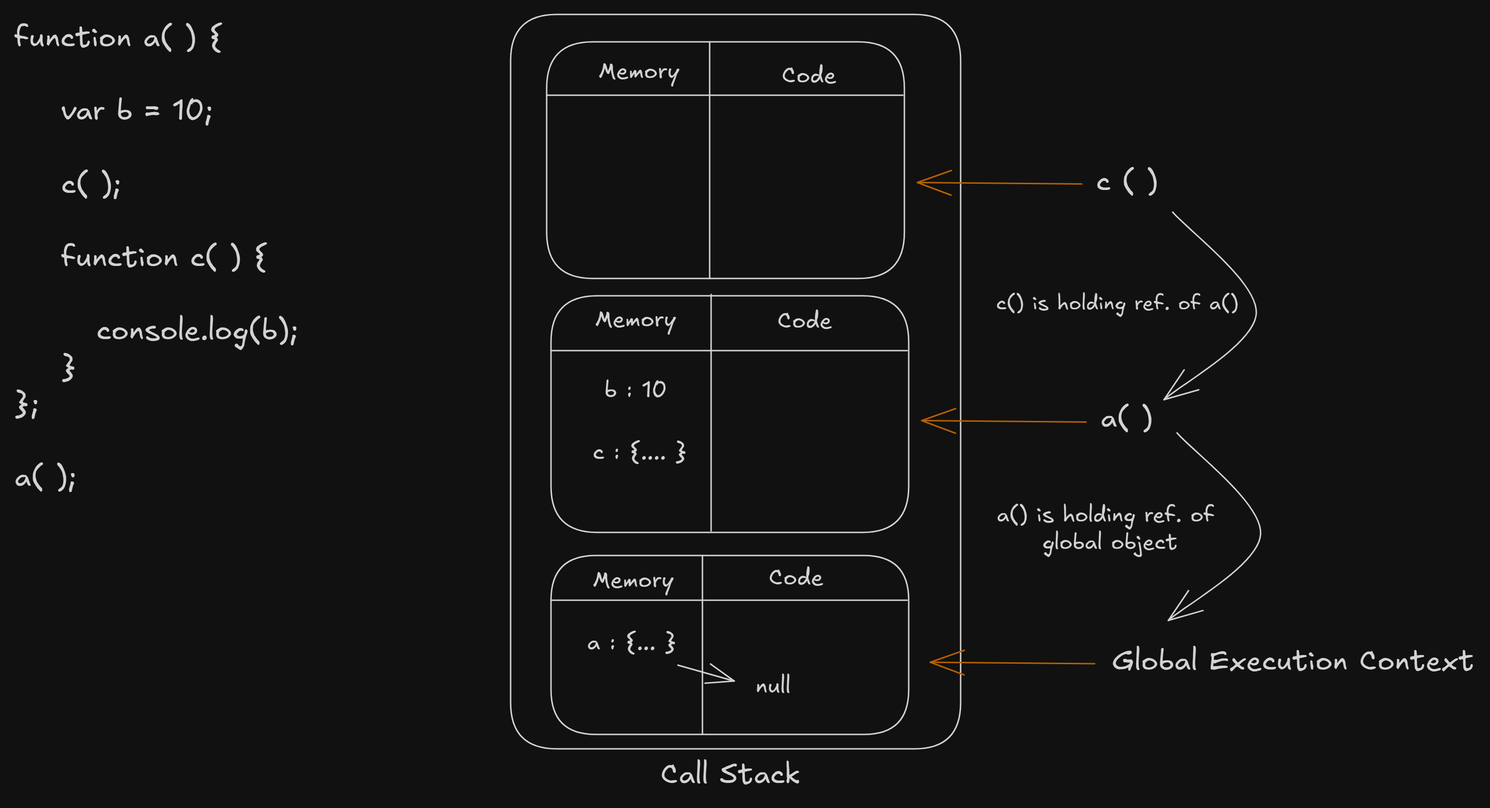
This is 12_ScopingInJavaScript/LexicalEnvironment.png from itsme-swe/JS_25_TheFinalImpact, a Excalidraw export, as it was before one commit. Source tidied: one line per element, renumbered; positions are measured from the earlier drawing's top-left corner, leaving out a move shared by most shapes. Its diagram source:
```json
{"id": 0, "type": "rectangle", "strokeColor": "#1e1e1e", "strokeWidth": 1, "roughness": 0, "round": true, "x": 344, "y": 0, "width": 312, "height": 509}
{"id": 1, "type": "text", "text": "function a( ) {\n    \n    var b = 10;\n    \n    c( );\n\n    function c( ) {\n        \n       console.log(b);\n    }\n};\n\na( );\n\n", "strokeColor": "#1e1e1e", "strokeWidth": 1, "roughness": 0, "fontSize": 20.32, "fontFamily": 5, "x": 0, "y": 4, "width": 253, "height": 381}
{"id": 2, "type": "text", "text": "Call Stack", "strokeColor": "#1e1e1e", "strokeWidth": 1, "roughness": 0, "fontSize": 20, "fontFamily": 5, "x": 448, "y": 515, "width": 97, "height": 25}
{"id": 3, "type": "rectangle", "strokeColor": "#1e1e1e", "strokeWidth": 1, "roughness": 0, "round": true, "x": 372, "y": 375, "width": 248, "height": 124}
{"id": 4, "type": "rectangle", "strokeColor": "#1e1e1e", "strokeWidth": 1, "roughness": 0, "round": true, "x": 372, "y": 195, "width": 248, "height": 164}
{"id": 5, "type": "rectangle", "strokeColor": "#1e1e1e", "strokeWidth": 1, "roughness": 0, "round": true, "x": 369, "y": 19, "width": 248, "height": 164}
{"id": 6, "type": "line", "strokeColor": "#1e1e1e", "strokeWidth": 1, "roughness": 0, "round": true, "x": 372, "y": 406, "width": 247, "height": 0, "points": [[0, 0], [247, 0]]}
{"id": 7, "type": "line", "strokeColor": "#1e1e1e", "strokeWidth": 1, "roughness": 0, "round": true, "x": 477, "y": 375, "width": 0, "height": 124, "points": [[0, 0], [0, 124]]}
{"id": 8, "type": "text", "text": "Memory", "strokeColor": "#1e1e1e", "strokeWidth": 1, "roughness": 0, "fontSize": 16, "fontFamily": 5, "x": 401, "y": 382, "width": 57, "height": 20}
{"id": 9, "type": "text", "text": "Code", "strokeColor": "#1e1e1e", "strokeWidth": 1, "roughness": 0, "fontSize": 16, "fontFamily": 5, "x": 523, "y": 381, "width": 38, "height": 20}
{"id": 10, "type": "text", "text": "a : {... }", "strokeColor": "#1e1e1e", "strokeWidth": 1, "roughness": 0, "fontSize": 16, "fontFamily": 5, "x": 397, "y": 426, "width": 63, "height": 20}
{"id": 11, "type": "line", "strokeColor": "#1e1e1e", "strokeWidth": 1, "roughness": 0, "round": true, "x": 372, "y": 233, "width": 247, "height": 0, "points": [[0, 0], [247, 0]]}
{"id": 12, "type": "line", "strokeColor": "#1e1e1e", "strokeWidth": 1, "roughness": 0, "round": true, "x": 483, "y": 194, "width": 0, "height": 164, "points": [[0, 0], [0, 164]]}
{"id": 13, "type": "text", "text": "    Memory", "strokeColor": "#1e1e1e", "strokeWidth": 1, "roughness": 0, "fontSize": 16, "fontFamily": 5, "x": 377, "y": 202, "width": 108, "height": 20}
{"id": 14, "type": "text", "text": "Code", "strokeColor": "#1e1e1e", "strokeWidth": 1, "roughness": 0, "fontSize": 16, "fontFamily": 5, "x": 529, "y": 203, "width": 38, "height": 20}
{"id": 15, "type": "text", "text": "b : 10", "strokeColor": "#1e1e1e", "strokeWidth": 1, "roughness": 0, "fontSize": 16, "fontFamily": 5, "x": 409, "y": 251, "width": 44, "height": 20}
{"id": 16, "type": "text", "text": "c : {.... }", "strokeColor": "#1e1e1e", "strokeWidth": 1, "roughness": 0, "fontSize": 16, "fontFamily": 5, "x": 401, "y": 294, "width": 66, "height": 20}
{"id": 17, "type": "line", "strokeColor": "#1e1e1e", "strokeWidth": 1, "roughness": 0, "round": true, "x": 369, "y": 56, "width": 247, "height": 0, "points": [[0, 0], [247, 0]]}
{"id": 18, "type": "line", "strokeColor": "#1e1e1e", "strokeWidth": 1, "roughness": 0, "round": true, "x": 482, "y": 19, "width": 0, "height": 164, "points": [[0, 0], [0, 164]]}
{"id": 19, "type": "text", "text": "Memory", "strokeColor": "#1e1e1e", "strokeWidth": 1, "roughness": 0, "fontSize": 16, "fontFamily": 5, "x": 405, "y": 30, "width": 57, "height": 20}
{"id": 20, "type": "text", "text": "Code", "strokeColor": "#1e1e1e", "strokeWidth": 1, "roughness": 0, "fontSize": 16, "fontFamily": 5, "x": 532, "y": 33, "width": 38, "height": 20}
{"id": 21, "type": "arrow", "strokeColor": "#f08c00", "strokeWidth": 1, "roughness": 0, "endArrowhead": "arrow", "round": true, "to": 3, "x": 749, "y": 450, "width": 114, "height": 1, "points": [[0, 0], [-114, -1]]}
{"id": 22, "type": "text", "text": "Global Execution Context", "strokeColor": "#1e1e1e", "strokeWidth": 1, "roughness": 0, "fontSize": 20, "fontFamily": 5, "x": 761, "y": 436, "width": 252, "height": 25}
{"id": 23, "type": "arrow", "strokeColor": "#f08c00", "strokeWidth": 1, "roughness": 0, "endArrowhead": "arrow", "round": true, "x": 743, "y": 282, "width": 114, "height": 1, "points": [[0, 0], [-114, -1]]}
{"id": 24, "type": "text", "text": "a( )", "strokeColor": "#1e1e1e", "strokeWidth": 1, "roughness": 0, "fontSize": 20, "fontFamily": 5, "x": 753, "y": 268, "width": 36, "height": 25}
{"id": 25, "type": "arrow", "strokeColor": "#f08c00", "strokeWidth": 1, "roughness": 0, "endArrowhead": "arrow", "round": true, "x": 740, "y": 118, "width": 114, "height": 1, "points": [[0, 0], [-114, -1]]}
{"id": 26, "type": "text", "text": "c ( ) ", "strokeColor": "#1e1e1e", "strokeWidth": 1, "roughness": 0, "fontSize": 20, "fontFamily": 5, "x": 750, "y": 104, "width": 51, "height": 25}
{"id": 27, "type": "arrow", "strokeColor": "#1e1e1e", "strokeWidth": 1, "roughness": 0, "endArrowhead": "arrow", "round": true, "from": 26, "to": 24, "x": 803, "y": 137, "width": 64, "height": 130, "points": [[0, 0], [58, 70], [-6, 130]]}
{"id": 28, "type": "text", "text": "c() is holding ref. of a()", "strokeColor": "#1e1e1e", "strokeWidth": 1, "roughness": 0, "fontSize": 14.4, "fontFamily": 5, "x": 681, "y": 192, "width": 168, "height": 18}
{"id": 29, "type": "arrow", "strokeColor": "#1e1e1e", "strokeWidth": 1, "roughness": 0, "endArrowhead": "arrow", "round": true, "x": 806, "y": 290, "width": 64, "height": 130, "points": [[0, 0], [58, 70], [-6, 130]]}
{"id": 30, "type": "text", "text": "a() is holding ref. of \nglobal object", "strokeColor": "#1e1e1e", "strokeWidth": 1, "roughness": 0, "fontSize": 15.21, "fontFamily": 5, "textAlign": "center", "x": 681, "y": 338, "width": 157, "height": 38}
{"id": 31, "type": "arrow", "strokeColor": "#1e1e1e", "strokeWidth": 1, "roughness": 0, "endArrowhead": "arrow", "round": true, "from": 10, "x": 460, "y": 451, "width": 39, "height": 11, "points": [[0, 0], [39, 11]]}
{"id": 32, "type": "text", "text": "null", "strokeColor": "#1e1e1e", "strokeWidth": 1, "roughness": 0, "fontSize": 16, "fontFamily": 5, "textAlign": "center", "x": 514, "y": 456, "width": 24, "height": 20}
```
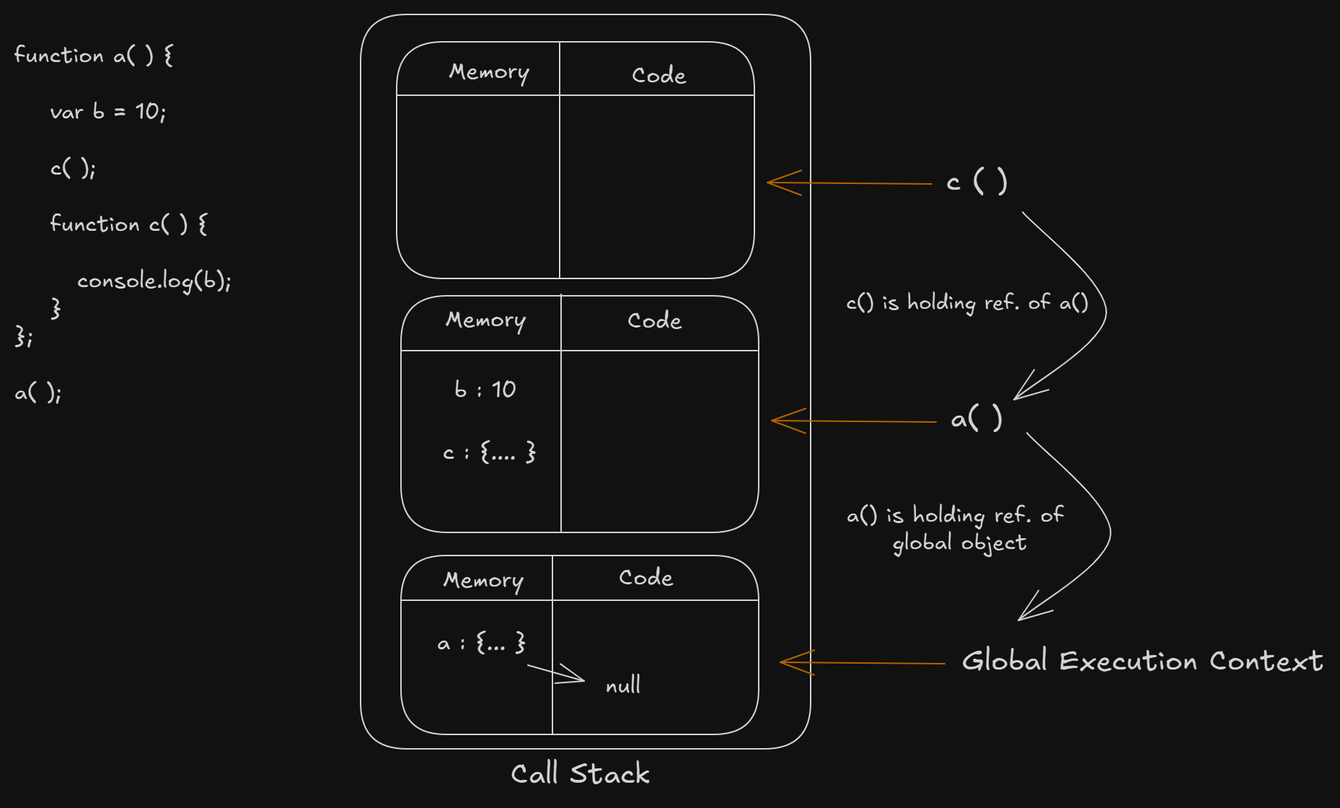
After the commit.

The edit, as a diff of the source:
```diff
@@ -1,5 +1,5 @@
 {"id": 0, "type": "rectangle", "strokeColor": "#1e1e1e", "strokeWidth": 1, "roughness": 0, "round": true, "x": 344, "y": 0, "width": 312, "height": 509}
-{"id": 1, "type": "text", "text": "function a( ) {\n    \n    var b = 10;\n    \n    c( );\n\n    function c( ) {\n        \n       console.log(b);\n    }\n};\n\na( );\n\n", "strokeColor": "#1e1e1e", "strokeWidth": 1, "roughness": 0, "fontSize": 20.32, "fontFamily": 5, "x": 0, "y": 4, "width": 253, "height": 381}
+{"id": 1, "type": "text", "text": "function a( ) {\n    \n    var b = 10;\n    \n    c( );\n\n    function c( ) {\n        \n       console.log(b);\n    }\n};\n\na( );\n\n", "strokeColor": "#1e1e1e", "strokeWidth": 1, "roughness": 0, "fontSize": 15.56, "fontFamily": 5, "x": 104, "y": 20, "width": 194, "height": 292}
 {"id": 2, "type": "text", "text": "Call Stack", "strokeColor": "#1e1e1e", "strokeWidth": 1, "roughness": 0, "fontSize": 20, "fontFamily": 5, "x": 448, "y": 515, "width": 97, "height": 25}
 {"id": 3, "type": "rectangle", "strokeColor": "#1e1e1e", "strokeWidth": 1, "roughness": 0, "round": true, "x": 372, "y": 375, "width": 248, "height": 124}
 {"id": 4, "type": "rectangle", "strokeColor": "#1e1e1e", "strokeWidth": 1, "roughness": 0, "round": true, "x": 372, "y": 195, "width": 248, "height": 164}
```
